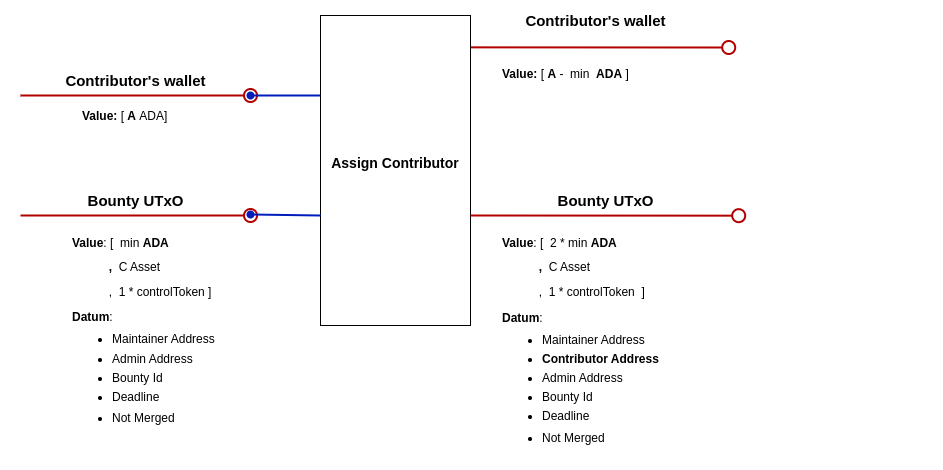
githoney-io/githoney-smart-contract keeps this draw.io diagram as docs/img/assignContributor.png. Above is the earlier version. Source tidied: cells renumbered, new cells last; positions are measured from the earlier drawing's top-left corner, leaving out a move shared by most shapes.
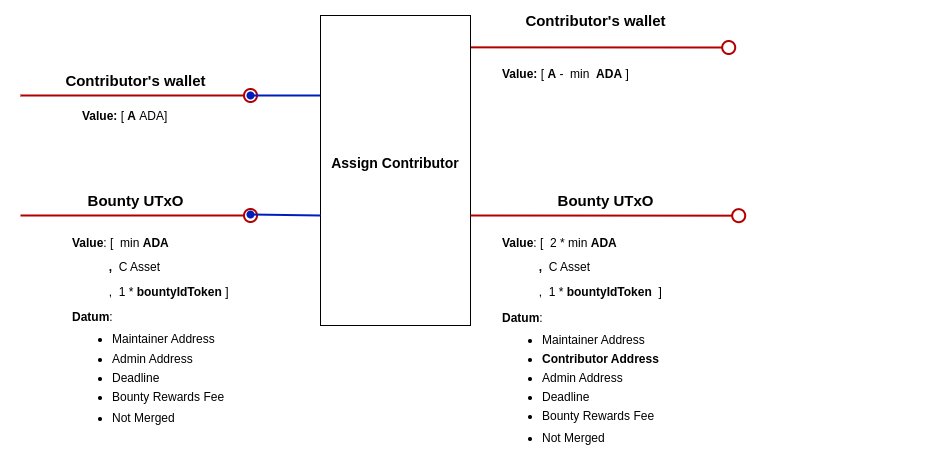
Above is the later version.

What changed in the source:
```diff
@@ -59,10 +59,10 @@
     <mxCell id="14" value="&lt;font style=&quot;font-size: 15px;&quot;&gt;&lt;b&gt;Bounty UTxO&lt;/b&gt;&lt;/font&gt;" style="text;html=1;align=center;verticalAlign=middle;strokeColor=none;fillColor=none;" parent="1" vertex="1">
       <mxGeometry x="55" y="180" width="120" height="30" as="geometry" />
     </mxCell>
-    <mxCell id="15" value="&lt;p style=&quot;line-height: 100%;&quot;&gt;&lt;b&gt;Value&lt;/b&gt;: [&amp;nbsp; 2 * min&lt;b&gt;&amp;nbsp;ADA&lt;/b&gt;&lt;/p&gt;&lt;p style=&quot;line-height: 100%;&quot;&gt;&lt;b&gt;&lt;span style=&quot;white-space: pre;&quot;&gt;&#9;&lt;/span&gt;&amp;nbsp; &amp;nbsp;,&amp;nbsp; &lt;/b&gt;C Asset&lt;br&gt;&lt;/p&gt;&lt;span style=&quot;background-color: initial;&quot;&gt;&amp;nbsp; &amp;nbsp; &amp;nbsp; &amp;nbsp; &amp;nbsp; &amp;nbsp;,&amp;nbsp; 1 * controlToken&lt;/span&gt;&lt;b style=&quot;background-color: initial;&quot;&gt;&amp;nbsp;&amp;nbsp;&lt;/b&gt;&lt;span style=&quot;background-color: initial;&quot;&gt;]&amp;nbsp;&lt;/span&gt;&lt;div&gt;&lt;p style=&quot;line-height: 100%;&quot;&gt;&lt;b&gt;Datum&lt;/b&gt;:&lt;/p&gt;&lt;ul style=&quot;line-height: 80%;&quot;&gt;&lt;li&gt;Maintainer Address&lt;br&gt;&lt;br&gt;&lt;/li&gt;&lt;li&gt;&lt;b&gt;Contributor Address&lt;/b&gt;&lt;/li&gt;&lt;br&gt;&lt;li&gt;Admin Address&amp;nbsp; &amp;nbsp; &amp;nbsp;&amp;nbsp;&amp;nbsp;&lt;br&gt;&lt;br&gt;&lt;/li&gt;&lt;li&gt;Bounty Id&lt;br&gt;&lt;br&gt;&lt;/li&gt;&lt;li&gt;Deadline&lt;/li&gt;&lt;/ul&gt;&lt;ul style=&quot;line-height: 80%;&quot;&gt;&lt;li&gt;Not Merged&lt;br&gt;&lt;/li&gt;&lt;/ul&gt;&lt;p&gt;&lt;/p&gt;&lt;/div&gt;" style="text;html=1;strokeColor=none;fillColor=none;align=left;verticalAlign=middle;whiteSpace=wrap;rounded=0;" parent="1" vertex="1">
+    <mxCell id="15" value="&lt;p style=&quot;line-height: 100%;&quot;&gt;&lt;b&gt;Value&lt;/b&gt;: [&amp;nbsp; 2 * min&lt;b&gt;&amp;nbsp;ADA&lt;/b&gt;&lt;/p&gt;&lt;p style=&quot;line-height: 100%;&quot;&gt;&lt;b&gt;&lt;span style=&quot;white-space: pre;&quot;&gt;&#9;&lt;/span&gt;&amp;nbsp; &amp;nbsp;,&amp;nbsp; &lt;/b&gt;C Asset&lt;br&gt;&lt;/p&gt;&lt;span style=&quot;background-color: initial;&quot;&gt;&amp;nbsp; &amp;nbsp; &amp;nbsp; &amp;nbsp; &amp;nbsp; &amp;nbsp;,&amp;nbsp; 1 *&amp;nbsp;&lt;/span&gt;&lt;b style=&quot;text-align: center;&quot;&gt;bountyIdToken&lt;/b&gt;&lt;b style=&quot;background-color: initial;&quot;&gt;&amp;nbsp;&amp;nbsp;&lt;/b&gt;&lt;span style=&quot;background-color: initial;&quot;&gt;]&amp;nbsp;&lt;/span&gt;&lt;div&gt;&lt;p style=&quot;line-height: 100%;&quot;&gt;&lt;b&gt;Datum&lt;/b&gt;:&lt;/p&gt;&lt;ul style=&quot;line-height: 80%;&quot;&gt;&lt;li&gt;Maintainer Address&lt;br&gt;&lt;br&gt;&lt;/li&gt;&lt;li&gt;&lt;b&gt;Contributor Address&lt;/b&gt;&lt;/li&gt;&lt;br&gt;&lt;li&gt;Admin Address&amp;nbsp; &amp;nbsp; &amp;nbsp;&amp;nbsp;&amp;nbsp;&lt;br&gt;&lt;br&gt;&lt;/li&gt;&lt;li&gt;Deadline&lt;br&gt;&lt;br&gt;&lt;/li&gt;&lt;li&gt;Bounty Rewards Fee&lt;/li&gt;&lt;/ul&gt;&lt;ul style=&quot;line-height: 80%;&quot;&gt;&lt;li&gt;Not Merged&lt;br&gt;&lt;/li&gt;&lt;/ul&gt;&lt;p&gt;&lt;/p&gt;&lt;/div&gt;" style="text;html=1;strokeColor=none;fillColor=none;align=left;verticalAlign=middle;whiteSpace=wrap;rounded=0;" parent="1" vertex="1">
       <mxGeometry x="480" y="210" width="437.4" height="250" as="geometry" />
     </mxCell>
-    <mxCell id="16" value="&lt;p style=&quot;line-height: 100%;&quot;&gt;&lt;b&gt;Value&lt;/b&gt;: [&amp;nbsp; min&lt;b&gt;&amp;nbsp;ADA&lt;/b&gt;&lt;/p&gt;&lt;p style=&quot;line-height: 100%;&quot;&gt;&lt;b&gt;&lt;span style=&quot;white-space: pre;&quot;&gt;&#9;&lt;/span&gt;&amp;nbsp; &amp;nbsp;,&amp;nbsp; &lt;/b&gt;C Asset&lt;br&gt;&lt;/p&gt;&lt;span style=&quot;background-color: initial;&quot;&gt;&amp;nbsp; &amp;nbsp; &amp;nbsp; &amp;nbsp; &amp;nbsp; &amp;nbsp;,&amp;nbsp; 1 * controlToken&lt;/span&gt;&lt;b style=&quot;background-color: initial;&quot;&gt;&amp;nbsp;&lt;/b&gt;&lt;span style=&quot;background-color: initial;&quot;&gt;]&amp;nbsp;&lt;/span&gt;&lt;div&gt;&lt;p style=&quot;line-height: 100%;&quot;&gt;&lt;b&gt;Datum&lt;/b&gt;:&lt;/p&gt;&lt;ul style=&quot;line-height: 80%;&quot;&gt;&lt;li&gt;Maintainer Address&lt;br&gt;&lt;/li&gt;&lt;br&gt;&lt;li&gt;Admin Address&amp;nbsp; &amp;nbsp; &amp;nbsp; &amp;nbsp; &amp;nbsp;&lt;br&gt;&lt;br&gt;&lt;/li&gt;&lt;li&gt;Bounty Id&lt;br&gt;&lt;br&gt;&lt;/li&gt;&lt;li&gt;Deadline&lt;/li&gt;&lt;/ul&gt;&lt;ul style=&quot;line-height: 80%;&quot;&gt;&lt;li&gt;Not Merged&lt;br&gt;&lt;/li&gt;&lt;/ul&gt;&lt;p&gt;&lt;/p&gt;&lt;/div&gt;" style="text;html=1;strokeColor=none;fillColor=none;align=left;verticalAlign=middle;whiteSpace=wrap;rounded=0;" parent="1" vertex="1">
+    <mxCell id="16" value="&lt;p style=&quot;line-height: 100%;&quot;&gt;&lt;b&gt;Value&lt;/b&gt;: [&amp;nbsp; min&lt;b&gt;&amp;nbsp;ADA&lt;/b&gt;&lt;/p&gt;&lt;p style=&quot;line-height: 100%;&quot;&gt;&lt;b&gt;&lt;span style=&quot;white-space: pre;&quot;&gt;&#9;&lt;/span&gt;&amp;nbsp; &amp;nbsp;,&amp;nbsp; &lt;/b&gt;C Asset&lt;br&gt;&lt;/p&gt;&lt;span style=&quot;background-color: initial;&quot;&gt;&amp;nbsp; &amp;nbsp; &amp;nbsp; &amp;nbsp; &amp;nbsp; &amp;nbsp;,&amp;nbsp; 1 *&amp;nbsp;&lt;/span&gt;&lt;b style=&quot;text-align: center;&quot;&gt;bountyIdToken&lt;/b&gt;&lt;b style=&quot;background-color: initial;&quot;&gt;&amp;nbsp;&lt;/b&gt;&lt;span style=&quot;background-color: initial;&quot;&gt;]&amp;nbsp;&lt;/span&gt;&lt;div&gt;&lt;p style=&quot;line-height: 100%;&quot;&gt;&lt;b&gt;Datum&lt;/b&gt;:&lt;/p&gt;&lt;ul style=&quot;line-height: 80%;&quot;&gt;&lt;li&gt;Maintainer Address&lt;br&gt;&lt;/li&gt;&lt;br&gt;&lt;li&gt;Admin Address&amp;nbsp; &amp;nbsp; &amp;nbsp; &amp;nbsp; &amp;nbsp;&lt;br&gt;&lt;br&gt;&lt;/li&gt;&lt;li&gt;Deadline&lt;br&gt;&lt;br&gt;&lt;/li&gt;&lt;li&gt;Bounty Rewards Fee&lt;/li&gt;&lt;/ul&gt;&lt;ul style=&quot;line-height: 80%;&quot;&gt;&lt;li&gt;Not Merged&lt;br&gt;&lt;/li&gt;&lt;/ul&gt;&lt;p&gt;&lt;/p&gt;&lt;/div&gt;" style="text;html=1;strokeColor=none;fillColor=none;align=left;verticalAlign=middle;whiteSpace=wrap;rounded=0;" parent="1" vertex="1">
       <mxGeometry x="50" y="200" width="437.4" height="250" as="geometry" />
     </mxCell>
   </root>
```
